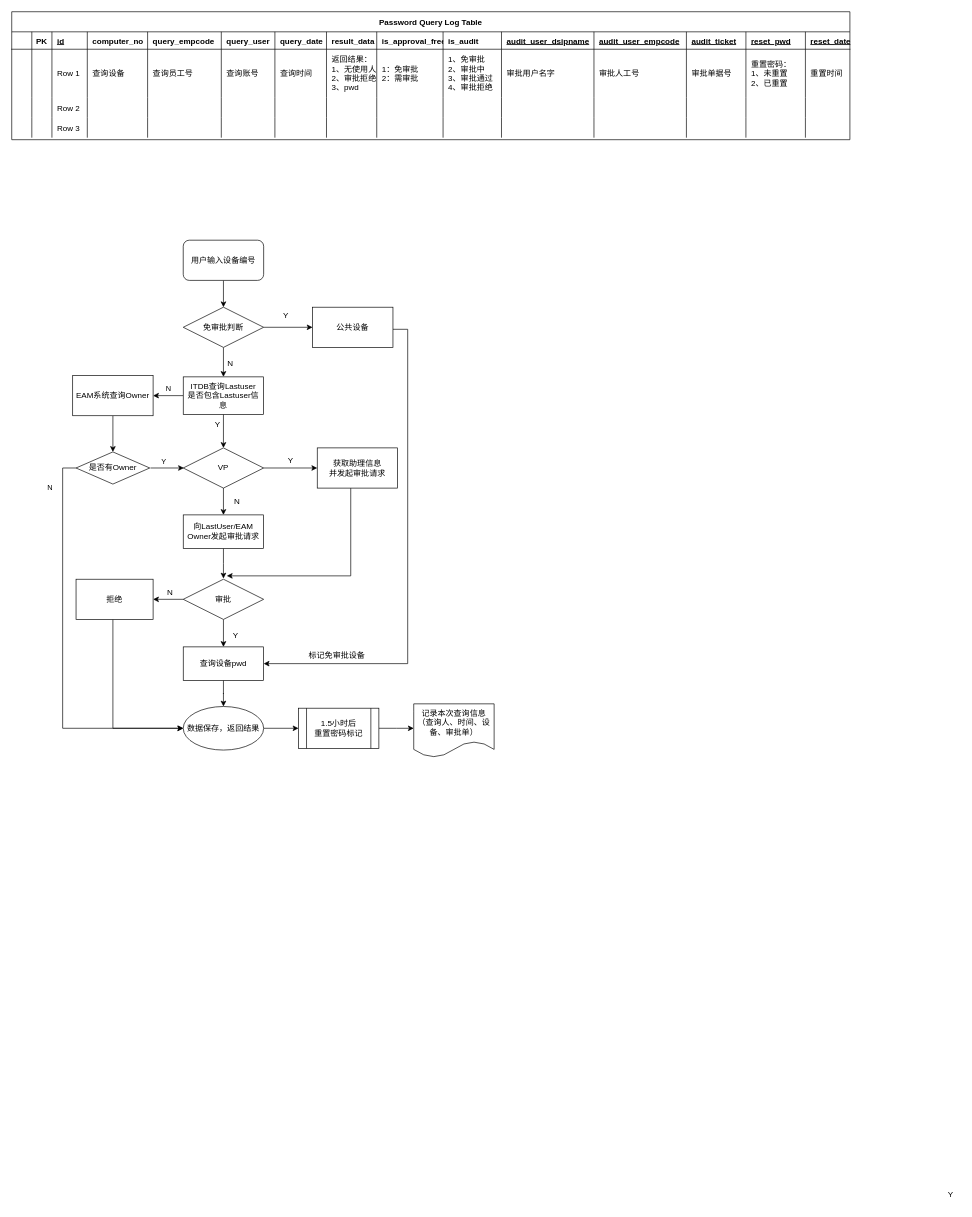
heaquan/xmind keeps this draw.io diagram as Laps xmind.drawio. Above is the earlier version. Source tidied: cells renumbered, new cells numbered last; positions are measured from the earlier drawing's top-left corner, leaving out a move shared by most shapes. Both pictures are drawn from the tidied source at 67%, with x=0, y=0 at pixel (11, 11).
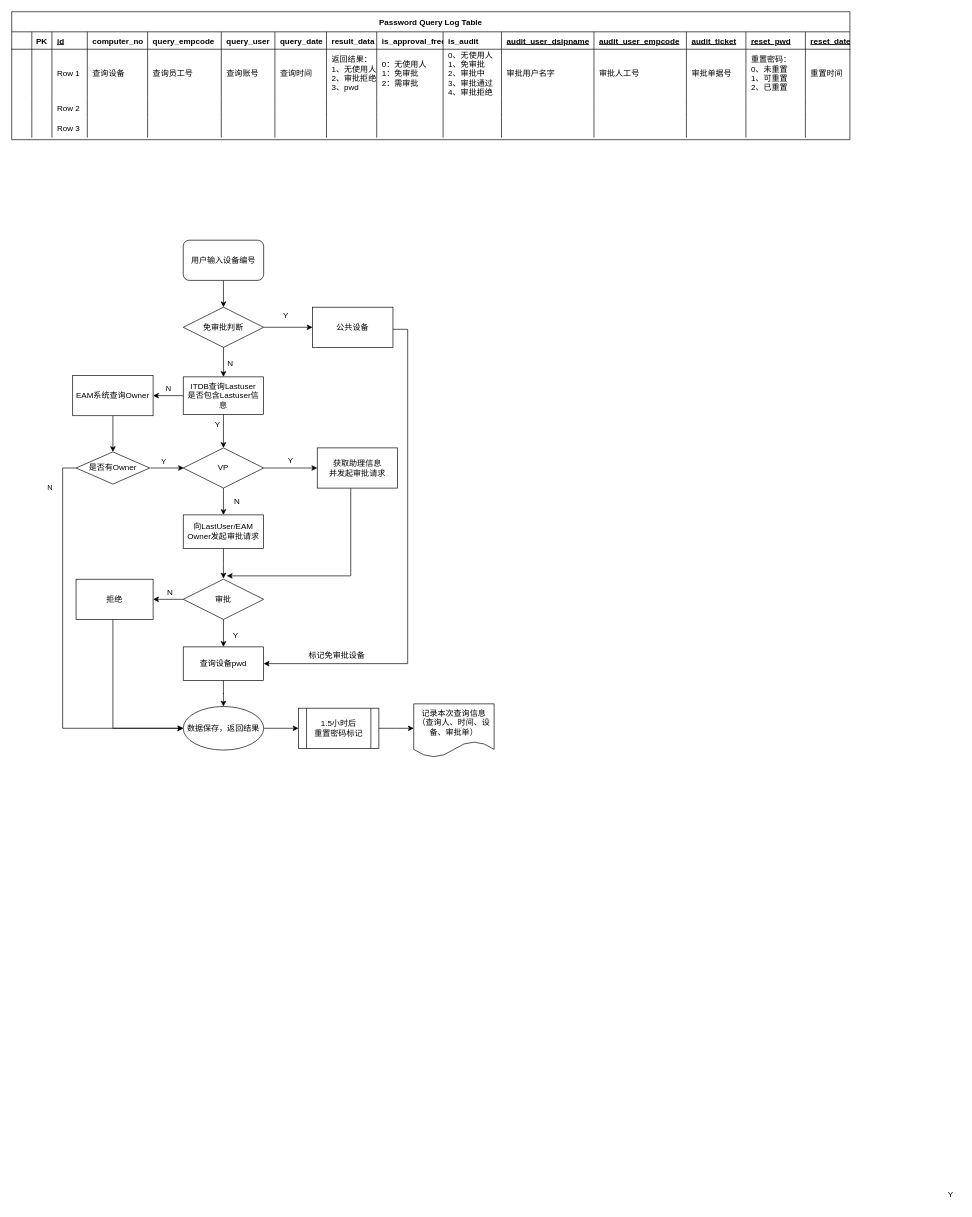
The same page after the edit.

The change refers to these unchanged cells:
```xml
<mxCell id="64" style="shape=tableRow;horizontal=0;startSize=0;swimlaneHead=0;swimlaneBody=0;fillColor=none;top=0;left=0;right=0;bottom=0;" parent="47" vertex="1">
  <mxGeometry y="56" width="1251" height="72" as="geometry" />
</mxCell>
```

Diff of the diagram source:
```diff
@@
-    <mxCell id="73" value="1：免审批&#10;2：需审批" style="shape=partialRectangle;fillColor=none;top=0;left=0;bottom=0;right=0;align=left;spacingLeft=6;overflow=hidden;" parent="64" vertex="1">
+    <mxCell id="73" value="0：无使用人&#10;1：免审批&#10;2：需审批" style="shape=partialRectangle;fillColor=none;top=0;left=0;bottom=0;right=0;align=left;spacingLeft=6;overflow=hidden;" parent="64" vertex="1">
       <mxGeometry x="544.8" width="99" height="72" as="geometry" />
     </mxCell>
-    <mxCell id="74" value="1、免审批&#10;2、审批中&#10;3、审批通过&#10;4、审批拒绝" style="shape=partialRectangle;fillColor=none;top=0;left=0;bottom=0;right=0;align=left;spacingLeft=6;overflow=hidden;" parent="64" vertex="1">
+    <mxCell id="74" value="0、无使用人&#10;1、免审批&#10;2、审批中&#10;3、审批通过&#10;4、审批拒绝" style="shape=partialRectangle;fillColor=none;top=0;left=0;bottom=0;right=0;align=left;spacingLeft=6;overflow=hidden;" parent="64" vertex="1">
       <mxGeometry x="643.8" width="87.2" height="72" as="geometry" />
     </mxCell>
@@
-    <mxCell id="78" value="重置密码：&#10;1、未重置&#10;2、已重置" style="shape=partialRectangle;fillColor=none;top=0;left=0;bottom=0;right=0;align=left;spacingLeft=6;overflow=hidden;" parent="64" vertex="1">
+    <mxCell id="78" value="重置密码：&#10;0、未重置&#10;1、可重置&#10;2、已重置" style="shape=partialRectangle;fillColor=none;top=0;left=0;bottom=0;right=0;align=left;spacingLeft=6;overflow=hidden;" parent="64" vertex="1">
       <mxGeometry x="1095.8" width="88.8" height="72" as="geometry" />
     </mxCell>
```
